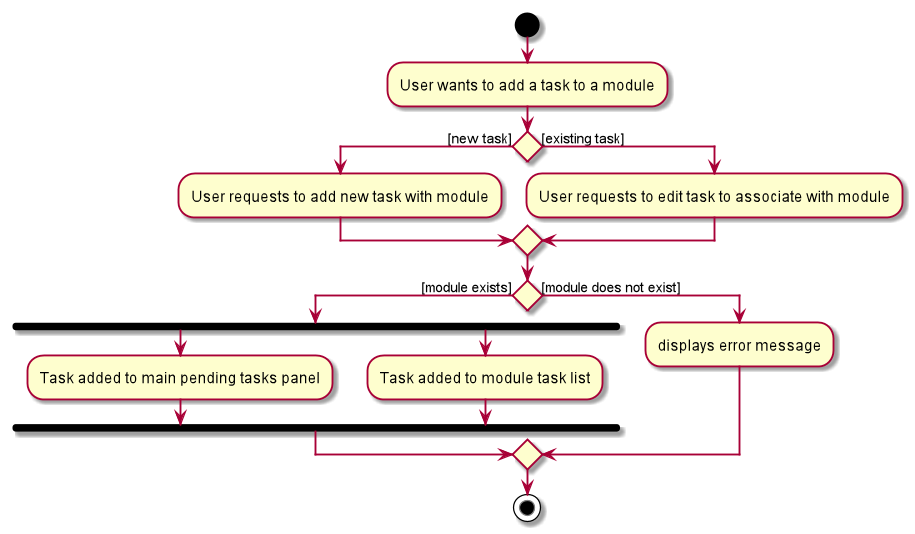
This is docs/images/TaskWithModuleActivityDiagram.png from yingqi0607/tp, a PlantUML export, as it was before one commit. Source of this version:
```plantuml
@startuml
start
:User wants to add a task to a module;
if () then ([new task])
:User requests to add new task with module;
else ([existing task])
:User requests to edit task to associate with module;
endif
if () then ([module exists])

    fork
        :Task added to main pending tasks panel;
    fork again
        :Task added to module task list;
    end fork
else ([module does not exist])
    :displays error message;

endif
stop
@enduml
```
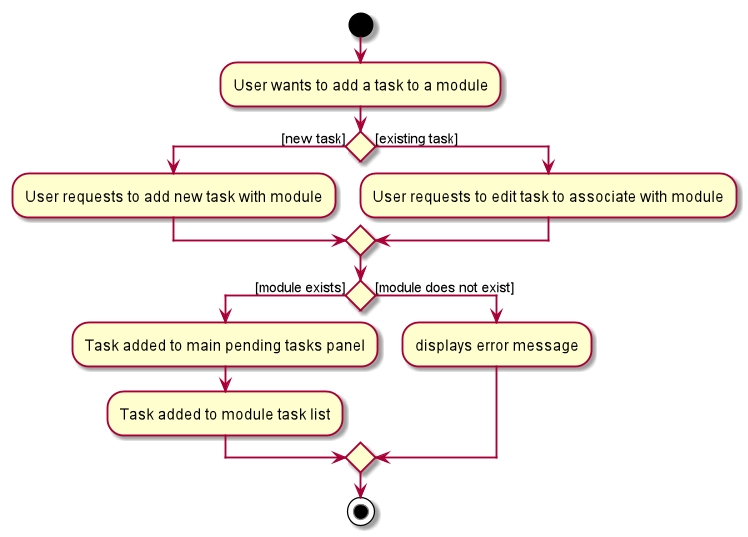
After the change.

What changed in the source:
```diff
@@ -7,12 +7,8 @@
 :User requests to edit task to associate with module;
 endif
 if () then ([module exists])
-
-    fork
-        :Task added to main pending tasks panel;
-    fork again
-        :Task added to module task list;
-    end fork
+    :Task added to main pending tasks panel;
+    :Task added to module task list;
 else ([module does not exist])
     :displays error message;
 
```
